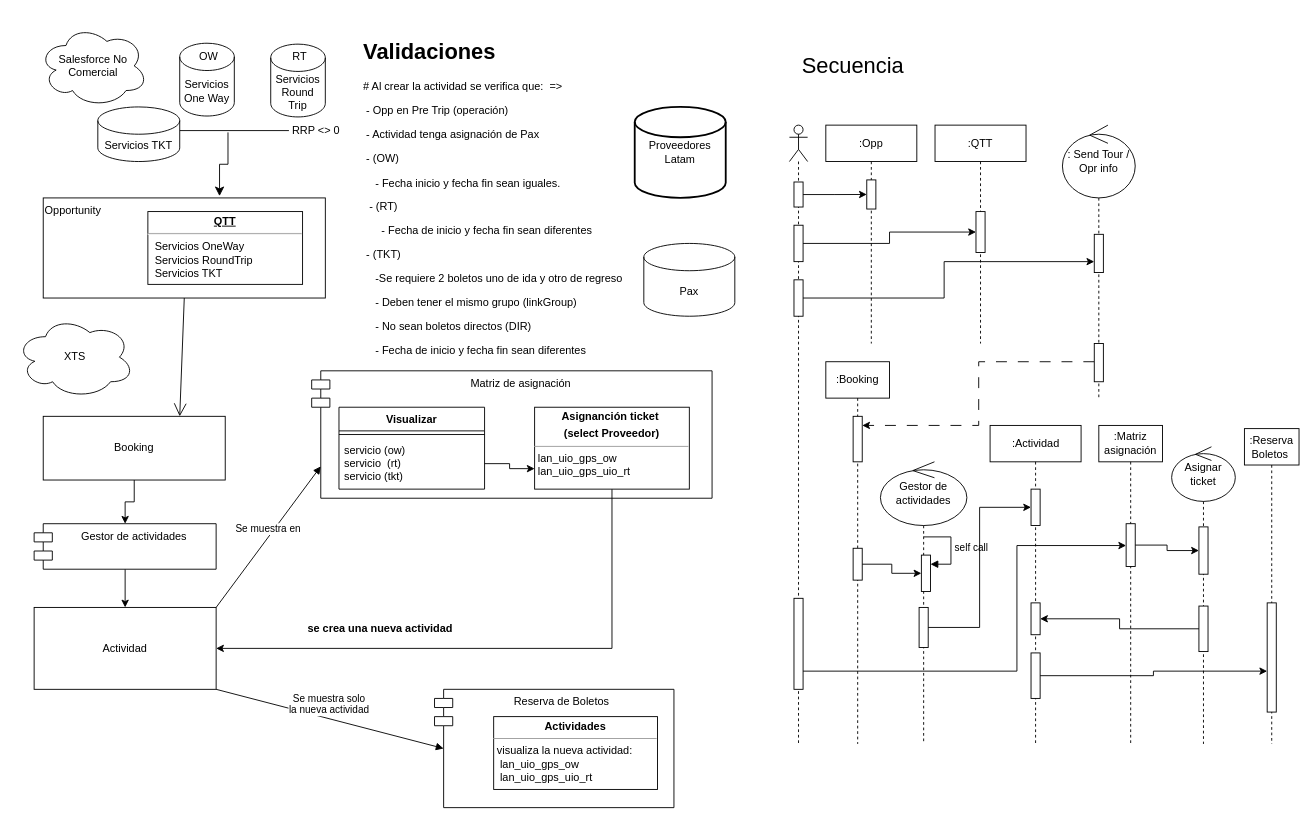
This is OneWay - RoundTrip.drawio from TecladoZurdo/UML, a draw.io file, before an edit. Source tidied: cells renumbered, new cells numbered last; positions are measured from the earlier drawing's top-left corner, leaving out a move shared by most shapes. Both pictures are drawn from the tidied source at 91%, with x=0, y=0 at pixel (15, 25).
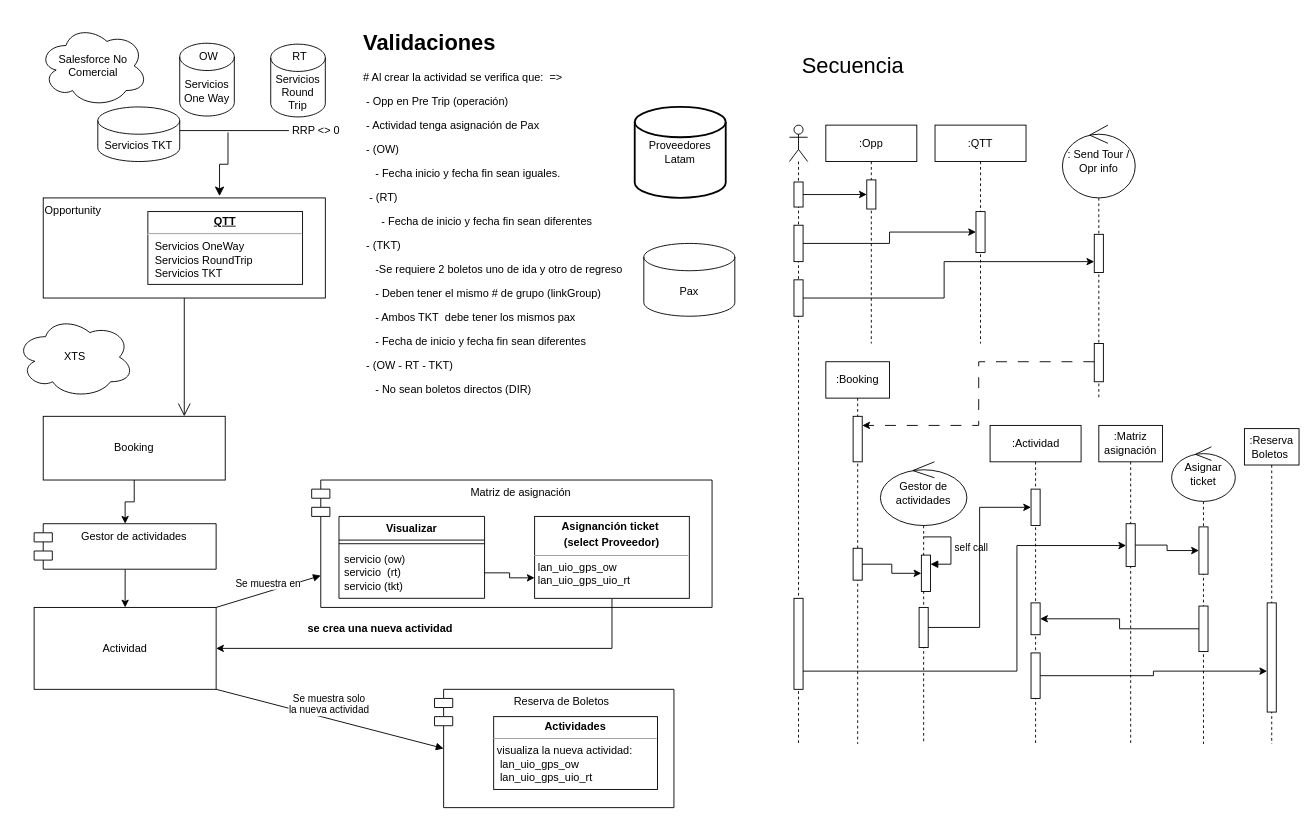
The same page after the edit.

Unchanged cells that the change refers to:
```xml
<mxCell id="4" value="Opportunity" style="html=1;whiteSpace=wrap;verticalAlign=top;align=left;" parent="1" vertex="1">
  <mxGeometry x="30" y="190" width="310" height="110" as="geometry" />
</mxCell>
<mxCell id="7" value="Booking" style="html=1;whiteSpace=wrap;" parent="1" vertex="1">
  <mxGeometry x="30" y="430" width="200" height="70" as="geometry" />
</mxCell>
```

The edit, as a diff of the source:
```diff
@@
-    <mxCell id="8" style="endArrow=open;endFill=1;endSize=12;html=1;rounded=0;exitX=0.5;exitY=1;exitDx=0;exitDy=0;entryX=0.75;entryY=0;entryDx=0;entryDy=0;" parent="1" edge="1" source="4" target="7">
-      <mxGeometry relative="1" as="geometry" />
+    <mxCell id="8" style="endArrow=open;endFill=1;endSize=12;html=1;rounded=0;exitX=0.5;exitY=1;exitDx=0;exitDy=0;" parent="1" edge="1" source="4">
+      <mxGeometry relative="1" as="geometry">
+        <mxPoint x="185" y="430" as="targetPoint" />
+      </mxGeometry>
     </mxCell>
     <mxCell id="9" value="Matriz de asignación" style="shape=module;align=left;spacingLeft=20;align=center;verticalAlign=top;whiteSpace=wrap;html=1;" parent="1" vertex="1">
-      <mxGeometry x="325" y="380" width="440" height="140" as="geometry" />
+      <mxGeometry x="325" y="500" width="440" height="140" as="geometry" />
     </mxCell>
@@
     <mxCell id="14" value="&lt;p style=&quot;margin:0px;margin-top:4px;text-align:center;&quot;&gt;&lt;b&gt;Asignanción ticket&amp;nbsp;&lt;/b&gt;&lt;/p&gt;&lt;p style=&quot;margin:0px;margin-top:4px;text-align:center;&quot;&gt;&lt;b&gt;(select Proveedor)&lt;/b&gt;&lt;/p&gt;&lt;hr size=&quot;1&quot;&gt;&lt;p style=&quot;margin:0px;margin-left:4px;&quot;&gt;&lt;/p&gt;&lt;p style=&quot;margin:0px;margin-left:4px;&quot;&gt;lan_uio_gps_ow&lt;/p&gt;&lt;p style=&quot;margin:0px;margin-left:4px;&quot;&gt;&lt;span style=&quot;background-color: initial;&quot;&gt;lan_uio_gps_uio_rt&lt;/span&gt;&lt;/p&gt;&lt;p style=&quot;margin:0px;margin-left:4px;&quot;&gt;&amp;nbsp;&lt;/p&gt;" style="verticalAlign=top;align=left;overflow=fill;fontSize=12;fontFamily=Helvetica;html=1;whiteSpace=wrap;" parent="1" vertex="1">
-      <mxGeometry x="570" y="420" width="170" height="90" as="geometry" />
+      <mxGeometry x="570" y="540" width="170" height="90" as="geometry" />
     </mxCell>
@@
     <mxCell id="19" value="Visualizar" style="swimlane;fontStyle=1;align=center;verticalAlign=top;horizontal=1;startSize=26;whiteSpace=wrap;html=1;" parent="1" vertex="1">
-      <mxGeometry x="355" y="420" width="160" height="90" as="geometry" />
+      <mxGeometry x="355" y="540" width="160" height="90" as="geometry" />
     </mxCell>
@@
-    <mxCell id="30" value="&lt;h1&gt;Validaciones&lt;/h1&gt;&lt;div&gt;# Al crear la actividad se verifica que:&amp;nbsp; =&amp;gt;&lt;/div&gt;&lt;p&gt;&amp;nbsp;- Opp en Pre Trip (operación)&lt;/p&gt;&lt;p&gt;&amp;nbsp;- Actividad tenga asignación de Pax&lt;/p&gt;&lt;p&gt;&amp;nbsp;- (OW)&lt;/p&gt;&lt;p&gt;&amp;nbsp; &amp;nbsp; - Fecha inicio y fecha fin sean iguales.&lt;/p&gt;&lt;p&gt;&amp;nbsp; - (RT)&lt;/p&gt;&lt;p&gt;&amp;nbsp; &amp;nbsp;&amp;nbsp;&lt;span style=&quot;background-color: initial;&quot;&gt;&amp;nbsp; &lt;/span&gt;&lt;span style=&quot;background-color: initial;&quot;&gt;- Fecha de inicio y fecha fin sean diferentes&lt;/span&gt;&lt;/p&gt;&lt;p&gt;&amp;nbsp;- (TKT)&lt;/p&gt;&lt;p&gt;&amp;nbsp; &amp;nbsp; -Se requiere 2 boletos uno de ida y otro de regreso&lt;/p&gt;&lt;p&gt;&amp;nbsp; &amp;nbsp;&amp;nbsp;- Deben tener el mismo grupo (linkGroup)&lt;/p&gt;&lt;p&gt;&amp;nbsp; &amp;nbsp;&amp;nbsp;- No sean boletos directos (DIR)&lt;/p&gt;&amp;nbsp; &amp;nbsp; - Fecha de inicio y fecha fin sean diferentes&lt;div&gt;&lt;span style=&quot;background-color: initial;&quot;&gt;&lt;span style=&quot;&quot;&gt;&lt;span style=&quot;white-space: pre;&quot;&gt;&amp;nbsp;&amp;nbsp;&amp;nbsp;&amp;nbsp;&lt;/span&gt;&lt;/span&gt;&lt;br&gt;&lt;/span&gt;&lt;/div&gt;&lt;p&gt;&amp;nbsp; &amp;nbsp;&amp;nbsp;&lt;/p&gt;" style="text;html=1;strokeColor=none;fillColor=none;spacing=5;spacingTop=-20;whiteSpace=wrap;overflow=hidden;rounded=0;" parent="1" vertex="1">
-      <mxGeometry x="376.9" y="10" width="403.1" height="360" as="geometry" />
+    <mxCell id="30" value="&lt;h1&gt;Validaciones&lt;/h1&gt;&lt;div&gt;# Al crear la actividad se verifica que:&amp;nbsp; =&amp;gt;&lt;/div&gt;&lt;p&gt;&amp;nbsp;- Opp en Pre Trip (operación)&lt;/p&gt;&lt;p&gt;&amp;nbsp;- Actividad tenga asignación de Pax&lt;/p&gt;&lt;p&gt;&amp;nbsp;- (OW)&lt;/p&gt;&lt;p&gt;&amp;nbsp; &amp;nbsp; - Fecha inicio y fecha fin sean iguales.&lt;/p&gt;&lt;p&gt;&amp;nbsp; - (RT)&lt;/p&gt;&lt;p&gt;&amp;nbsp; &amp;nbsp;&amp;nbsp;&lt;span style=&quot;background-color: initial;&quot;&gt;&amp;nbsp; &lt;/span&gt;&lt;span style=&quot;background-color: initial;&quot;&gt;- Fecha de inicio y fecha fin sean diferentes&lt;/span&gt;&lt;/p&gt;&lt;p&gt;&amp;nbsp;- (TKT)&lt;/p&gt;&lt;p&gt;&amp;nbsp; &amp;nbsp; -Se requiere 2 boletos uno de ida y otro de regreso&lt;/p&gt;&lt;p&gt;&amp;nbsp; &amp;nbsp;&amp;nbsp;- Deben tener el mismo # de grupo (linkGroup)&lt;/p&gt;&lt;p&gt;&amp;nbsp; &amp;nbsp; - Ambos TKT&amp;nbsp;&amp;nbsp;debe tener los mismos pax&lt;/p&gt;&amp;nbsp; &amp;nbsp; - Fecha de inicio y fecha fin sean diferentes&lt;span style=&quot;white-space: pre; background-color: initial;&quot;&gt;&amp;nbsp;&lt;/span&gt;&lt;br&gt;&lt;p&gt;&lt;span style=&quot;&quot;&gt;&lt;span style=&quot;white-space: pre;&quot;&gt; - (OW - RT - TKT)&lt;/span&gt;&lt;/span&gt;&lt;br&gt;&lt;/p&gt;&lt;p&gt;&amp;nbsp; &amp;nbsp;&amp;nbsp;- No sean boletos directos (DIR)&lt;/p&gt;&amp;nbsp; &amp;nbsp;&amp;nbsp;" style="text;html=1;strokeColor=none;fillColor=none;spacing=5;spacingTop=-20;whiteSpace=wrap;overflow=hidden;rounded=0;" parent="1" vertex="1">
+      <mxGeometry x="376.9" width="403.1" height="470" as="geometry" />
     </mxCell>
```
